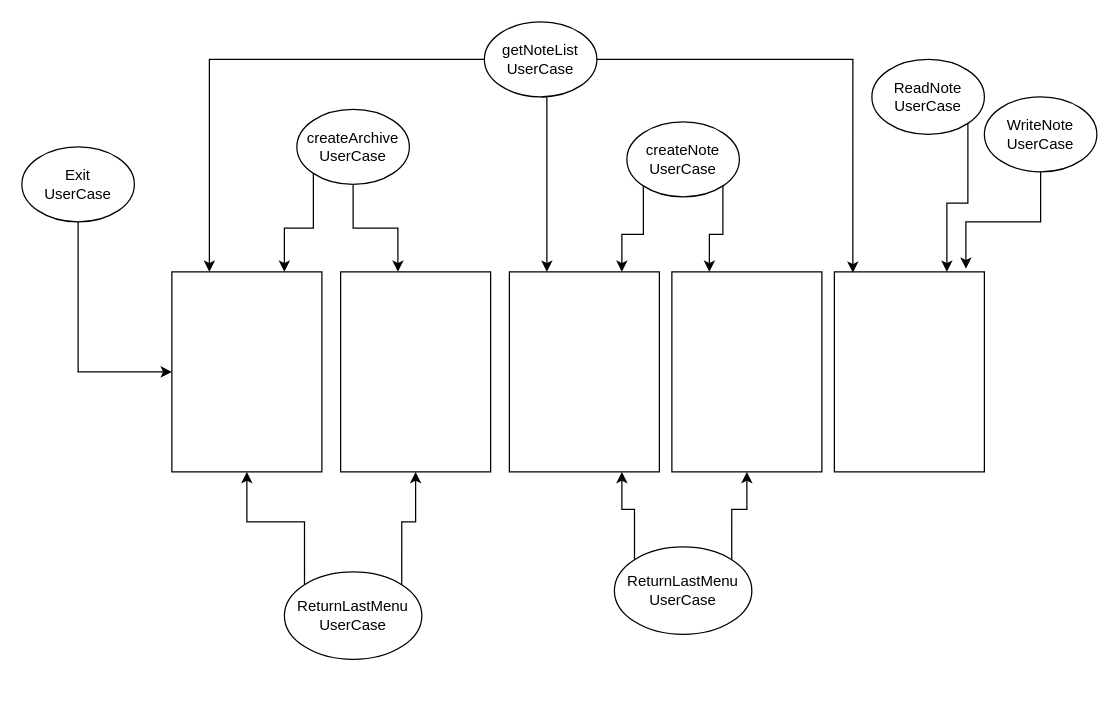
Above: Kotlin-Module-Project.drawio in AleksandrRegulus/Kotlin-Module-Project (draw.io), before the change. Source tidied: cells renumbered, new cells numbered last; positions are measured from the earlier drawing's top-left corner, leaving out a move shared by most shapes. Both pictures are drawn from the tidied source at 125%, with x=0, y=0 at pixel (21, 21).
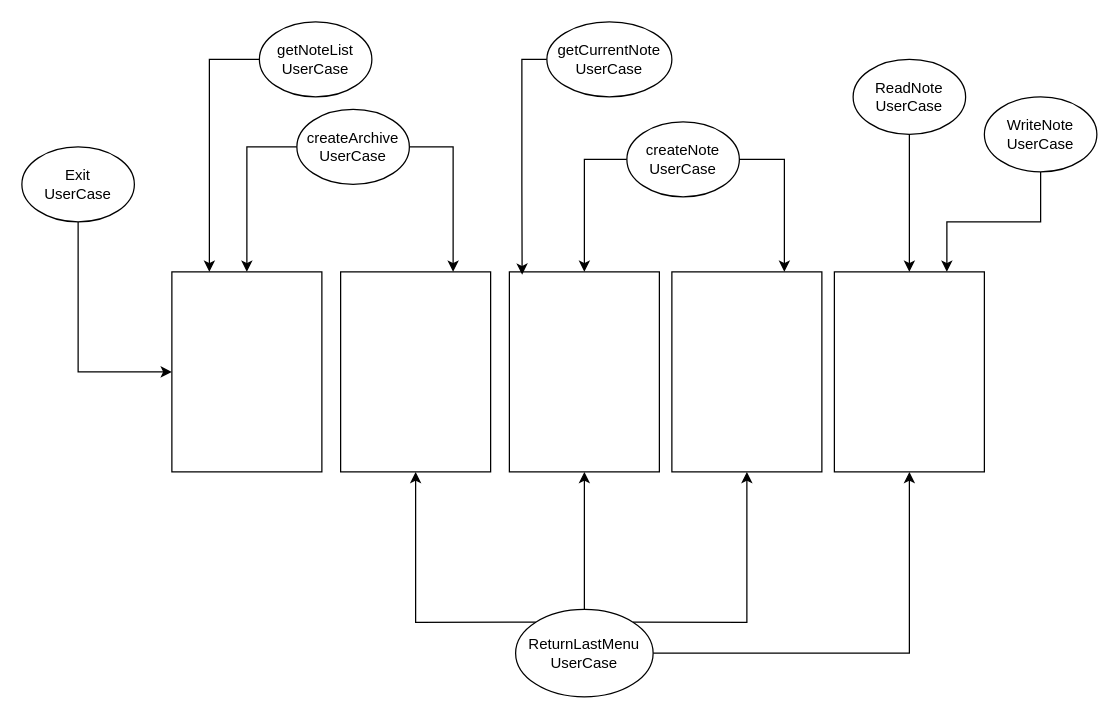
The same page after the edit.

The change refers to these unchanged cells:
```xml
<mxCell id="2" style="rounded=0;whiteSpace=wrap;html=1;" parent="1" vertex="1">
  <mxGeometry x="390" y="200" width="120" height="160" as="geometry" />
</mxCell>
<mxCell id="3" style="rounded=0;whiteSpace=wrap;html=1;" parent="1" vertex="1">
  <mxGeometry x="520" y="200" width="120" height="160" as="geometry" />
</mxCell>
<mxCell id="4" style="rounded=0;whiteSpace=wrap;html=1;" parent="1" vertex="1">
  <mxGeometry x="650" y="200" width="120" height="160" as="geometry" />
</mxCell>
<mxCell id="5" style="rounded=0;whiteSpace=wrap;html=1;" parent="1" vertex="1">
  <mxGeometry x="255" y="200" width="120" height="160" as="geometry" />
</mxCell>
<mxCell id="6" style="rounded=0;whiteSpace=wrap;html=1;" parent="1" vertex="1">
  <mxGeometry x="120" y="200" width="120" height="160" as="geometry" />
</mxCell>
<mxCell id="13" value="createArchive&lt;br&gt;UserCase" style="ellipse;whiteSpace=wrap;html=1;" parent="1" vertex="1">
  <mxGeometry x="220" y="70" width="90" height="60" as="geometry" />
</mxCell>
<mxCell id="16" value="createNote&lt;br&gt;UserCase" style="ellipse;whiteSpace=wrap;html=1;" parent="1" vertex="1">
  <mxGeometry x="484" y="80" width="90" height="60" as="geometry" />
</mxCell>
<mxCell id="20" value="WriteNote&lt;br&gt;UserCase" style="ellipse;whiteSpace=wrap;html=1;" parent="1" vertex="1">
  <mxGeometry x="770" y="60" width="90" height="60" as="geometry" />
</mxCell>
```

The edit, as a diff of the source:
```diff
@@
-    <mxCell id="8" style="edgeStyle=orthogonalEdgeStyle;rounded=0;jettySize=auto;html=1;exitX=0.5;exitY=1;exitDx=0;exitDy=0;entryX=0.25;entryY=0;entryDx=0;entryDy=0;" parent="1" edge="1" source="10" target="2">
-      <mxGeometry relative="1" as="geometry">
-        <Array as="points">
-          <mxPoint x="420" y="60" />
-        </Array>
-      </mxGeometry>
-    </mxCell>
-    <mxCell id="9" style="edgeStyle=orthogonalEdgeStyle;rounded=0;jettySize=auto;html=1;exitX=1;exitY=0.5;exitDx=0;exitDy=0;entryX=0.123;entryY=0.004;entryDx=0;entryDy=0;entryPerimeter=0;" parent="1" edge="1" source="10" target="4">
-      <mxGeometry relative="1" as="geometry" />
-    </mxCell>
     <mxCell id="10" value="getNoteList&lt;br&gt;UserCase" style="ellipse;whiteSpace=wrap;html=1;" parent="1" vertex="1">
-      <mxGeometry x="370" width="90" height="60" as="geometry" />
+      <mxGeometry x="190" width="90" height="60" as="geometry" />
     </mxCell>
+    <mxCell id="12" style="edgeStyle=orthogonalEdgeStyle;rounded=0;jettySize=auto;html=1;exitX=0;exitY=0.5;exitDx=0;exitDy=0;entryX=0.5;entryY=0;entryDx=0;entryDy=0;" parent="1" edge="1" source="13" target="6">
+      <mxGeometry relative="1" as="geometry" />
+    </mxCell>
-    <mxCell id="11" style="edgeStyle=orthogonalEdgeStyle;rounded=0;jettySize=auto;html=1;exitX=0.5;exitY=1;exitDx=0;exitDy=0;entryX=0.382;entryY=-0.001;entryDx=0;entryDy=0;entryPerimeter=0;" parent="1" edge="1" source="13" target="5">
+    <mxCell id="11" style="edgeStyle=orthogonalEdgeStyle;rounded=0;jettySize=auto;html=1;exitX=1;exitY=0.5;exitDx=0;exitDy=0;entryX=0.75;entryY=0;entryDx=0;entryDy=0;" parent="1" edge="1" source="13" target="5">
       <mxGeometry relative="1" as="geometry" />
     </mxCell>
-    <mxCell id="12" style="edgeStyle=orthogonalEdgeStyle;rounded=0;jettySize=auto;html=1;exitX=0;exitY=1;exitDx=0;exitDy=0;entryX=0.75;entryY=0;entryDx=0;entryDy=0;" parent="1" edge="1" source="13" target="6">
-      <mxGeometry relative="1" as="geometry" />
-    </mxCell>
@@
-    <mxCell id="14" style="edgeStyle=orthogonalEdgeStyle;rounded=0;jettySize=auto;html=1;exitX=0;exitY=1;exitDx=0;exitDy=0;entryX=0.75;entryY=0;entryDx=0;entryDy=0;" parent="1" edge="1" source="16" target="2">
+    <mxCell id="14" style="edgeStyle=orthogonalEdgeStyle;rounded=0;jettySize=auto;html=1;exitX=0;exitY=0.5;exitDx=0;exitDy=0;entryX=0.5;entryY=0;entryDx=0;entryDy=0;" parent="1" edge="1" source="16" target="2">
       <mxGeometry relative="1" as="geometry" />
     </mxCell>
-    <mxCell id="15" style="edgeStyle=orthogonalEdgeStyle;rounded=0;jettySize=auto;html=1;exitX=1;exitY=1;exitDx=0;exitDy=0;entryX=0.25;entryY=0;entryDx=0;entryDy=0;" parent="1" edge="1" source="16" target="3">
+    <mxCell id="15" style="edgeStyle=orthogonalEdgeStyle;rounded=0;jettySize=auto;html=1;exitX=1;exitY=0.5;exitDx=0;exitDy=0;entryX=0.75;entryY=0;entryDx=0;entryDy=0;" parent="1" edge="1" source="16" target="3">
       <mxGeometry relative="1" as="geometry" />
     </mxCell>
@@
-    <mxCell id="17" style="edgeStyle=orthogonalEdgeStyle;rounded=0;jettySize=auto;html=1;exitX=1;exitY=1;exitDx=0;exitDy=0;entryX=0.75;entryY=0;entryDx=0;entryDy=0;" parent="1" edge="1" source="18" target="4">
+    <mxCell id="17" style="edgeStyle=orthogonalEdgeStyle;rounded=0;jettySize=auto;html=1;exitX=0.5;exitY=1;exitDx=0;exitDy=0;entryX=0.5;entryY=0;entryDx=0;entryDy=0;" parent="1" edge="1" source="18" target="4">
       <mxGeometry relative="1" as="geometry" />
     </mxCell>
     <mxCell id="18" value="ReadNote&lt;br&gt;UserCase" style="ellipse;whiteSpace=wrap;html=1;" parent="1" vertex="1">
-      <mxGeometry x="680" y="30" width="90" height="60" as="geometry" />
+      <mxGeometry x="665" y="30" width="90" height="60" as="geometry" />
     </mxCell>
-    <mxCell id="19" style="edgeStyle=orthogonalEdgeStyle;rounded=0;jettySize=auto;html=1;exitX=0.5;exitY=1;exitDx=0;exitDy=0;entryX=0.877;entryY=-0.016;entryDx=0;entryDy=0;entryPerimeter=0;" parent="1" edge="1" source="20" target="4">
+    <mxCell id="19" style="edgeStyle=orthogonalEdgeStyle;rounded=0;jettySize=auto;html=1;exitX=0.5;exitY=1;exitDx=0;exitDy=0;entryX=0.75;entryY=0;entryDx=0;entryDy=0;" parent="1" edge="1" source="20" target="4">
       <mxGeometry relative="1" as="geometry" />
     </mxCell>
@@
-    <mxCell id="23" style="edgeStyle=orthogonalEdgeStyle;rounded=0;jettySize=auto;html=1;exitX=1;exitY=0;exitDx=0;exitDy=0;entryX=0.5;entryY=1;entryDx=0;entryDy=0;" parent="1" edge="1" source="25" target="5">
-      <mxGeometry relative="1" as="geometry" />
-    </mxCell>
-    <mxCell id="24" style="edgeStyle=orthogonalEdgeStyle;rounded=0;jettySize=auto;html=1;exitX=0;exitY=0;exitDx=0;exitDy=0;entryX=0.5;entryY=1;entryDx=0;entryDy=0;" parent="1" edge="1" source="25" target="6">
-      <mxGeometry relative="1" as="geometry" />
-    </mxCell>
-    <mxCell id="25" value="ReturnLastMenu&lt;br&gt;UserCase" style="ellipse;whiteSpace=wrap;html=1;" parent="1" vertex="1">
-      <mxGeometry x="210" y="440" width="110" height="70" as="geometry" />
-    </mxCell>
@@
-    <mxCell id="27" style="edgeStyle=orthogonalEdgeStyle;rounded=0;jettySize=auto;html=1;exitX=0;exitY=0;exitDx=0;exitDy=0;entryX=0.75;entryY=1;entryDx=0;entryDy=0;" parent="1" edge="1" source="28" target="2">
+    <mxCell id="27" style="edgeStyle=orthogonalEdgeStyle;rounded=0;jettySize=auto;html=1;exitX=0;exitY=0;exitDx=0;exitDy=0;entryX=0.5;entryY=1;entryDx=0;entryDy=0;" parent="1" edge="1" source="28" target="5">
       <mxGeometry relative="1" as="geometry" />
     </mxCell>
+    <mxCell id="29" style="edgeStyle=orthogonalEdgeStyle;rounded=0;jettySize=auto;html=1;exitX=0.5;exitY=0;exitDx=0;exitDy=0;" parent="1" edge="1" source="28" target="2">
+      <mxGeometry relative="1" as="geometry" />
+    </mxCell>
+    <mxCell id="30" style="edgeStyle=orthogonalEdgeStyle;rounded=0;jettySize=auto;html=1;exitX=1;exitY=0.5;exitDx=0;exitDy=0;entryX=0.5;entryY=1;entryDx=0;entryDy=0;" parent="1" edge="1" source="28" target="4">
+      <mxGeometry relative="1" as="geometry" />
+    </mxCell>
     <mxCell id="28" value="ReturnLastMenu&lt;br&gt;UserCase" style="ellipse;whiteSpace=wrap;html=1;" parent="1" vertex="1">
-      <mxGeometry x="474" y="420" width="110" height="70" as="geometry" />
+      <mxGeometry x="395" y="470" width="110" height="70" as="geometry" />
     </mxCell>
+    <mxCell id="31" style="edgeStyle=orthogonalEdgeStyle;rounded=0;jettySize=auto;html=1;exitX=0;exitY=0.5;exitDx=0;exitDy=0;entryX=0.085;entryY=0.014;entryDx=0;entryDy=0;entryPerimeter=0;" parent="1" edge="1" source="32" target="2">
+      <mxGeometry relative="1" as="geometry" />
+    </mxCell>
+    <mxCell id="32" value="getCurrentNote&lt;br&gt;UserCase" style="ellipse;whiteSpace=wrap;html=1;" parent="1" vertex="1">
+      <mxGeometry x="420" width="100" height="60" as="geometry" />
+    </mxCell>
```
